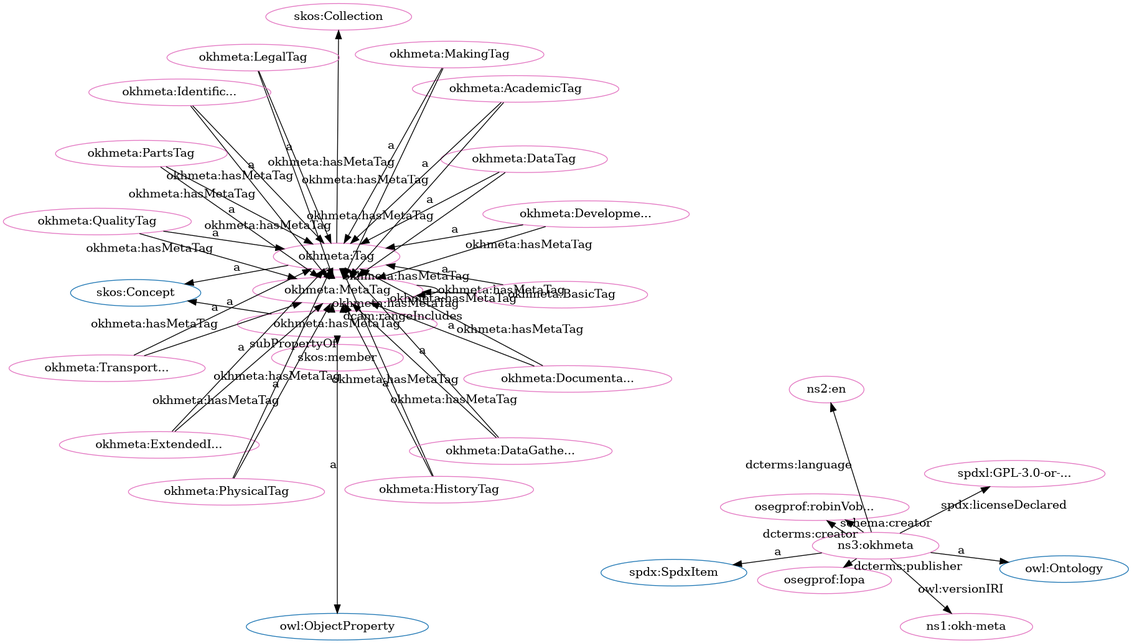
Before: src/spec/fdp_okh-meta.png, a diagram exported from Graphviz (iop-alliance/OpenKnowHow). Its source is kept beside it as src/spec/fdp_okh-meta.dot.
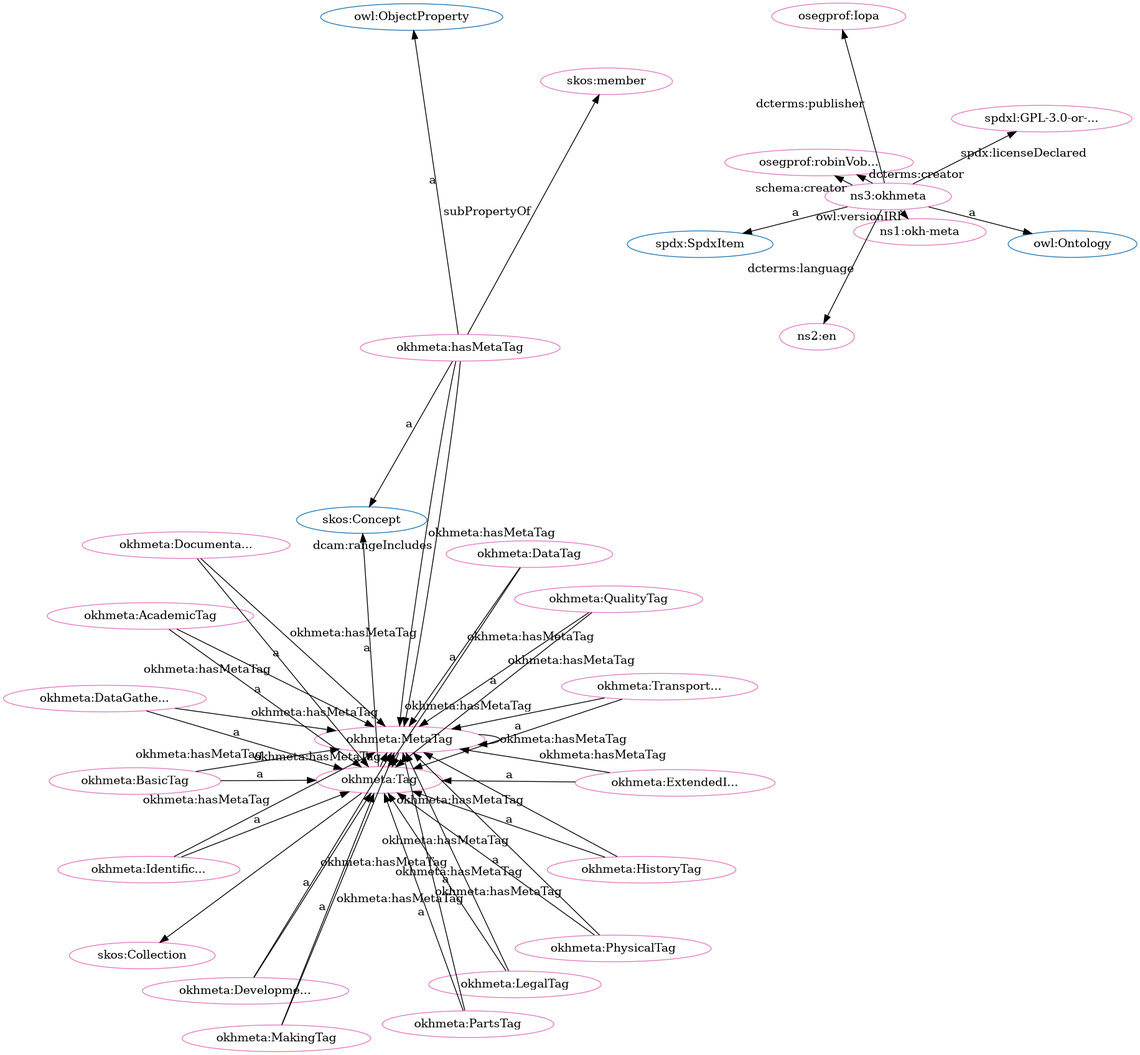
The same diagram one commit later.

Change to the diagram source:
```diff
@@ -1,84 +1,84 @@
 digraph G {
   rankdir=BT
   node[height=.3]
-"http://www.w3.org/2004/02/skos/core#Collection" [fillcolor="#1f77b4" color="#1f77b4" label="skos:Collection"]
+"http://www.w3.org/2004/02/skos/core#Concept" [fillcolor="#1f77b4" color="#1f77b4" label="skos:Concept"]
 "http://w3id.org/oseg/ont/okhmeta#Tag" [fillcolor="#1f77b4" color="#1f77b4" label="okhmeta:Tag"]
-"http://www.w3.org/2004/02/skos/core#Concept" [fillcolor="#1f77b4" color="#1f77b4" label="skos:Concept"]
-"http://www.w3.org/2002/07/owl#ObjectProperty" [fillcolor="#1f77b4" color="#1f77b4" label="owl:ObjectProperty"]
 "http://spdx.org/rdf/terms#SpdxItem" [fillcolor="#1f77b4" color="#1f77b4" label="spdx:SpdxItem"]
 "http://www.w3.org/2002/07/owl#Ontology" [fillcolor="#1f77b4" color="#1f77b4" label="owl:Ontology"]
+"http://www.w3.org/2004/02/skos/core#Collection" [fillcolor="#1f77b4" color="#1f77b4" label="skos:Collection"]
+"http://www.w3.org/2002/07/owl#ObjectProperty" [fillcolor="#1f77b4" color="#1f77b4" label="owl:ObjectProperty"]
+"http://w3id.org/oseg/ont/okhmeta#hasMetaTag" [fillcolor="#e377c2" color="#e377c2" label="okhmeta:hasMetaTag"]
+"http://w3id.org/oseg/ont/okhmeta#DevelopmentTag" [fillcolor="#e377c2" color="#e377c2" label="okhmeta:Developme..."]
+"http://w3id.org/oseg/ont/okhmeta#MetaTag" [fillcolor="#e377c2" color="#e377c2" label="okhmeta:MetaTag"]
+"http://w3id.org/oseg/ont/okhmeta#LegalTag" [fillcolor="#e377c2" color="#e377c2" label="okhmeta:LegalTag"]
 "http://w3id.org/oseg/ont/1.1.0/okh-meta" [fillcolor="#e377c2" color="#e377c2" label="ns1:okh-meta"]
+"http://w3id.org/oseg/ont/okhmeta#IdentificationTag" [fillcolor="#e377c2" color="#e377c2" label="okhmeta:Identific..."]
 "http://w3id.org/oseg/ont/oseg-profiles#robinVobruba" [fillcolor="#e377c2" color="#e377c2" label="osegprof:robinVob..."]
-"http://w3id.org/oseg/ont/okhmeta#MetaTag" [fillcolor="#e377c2" color="#e377c2" label="okhmeta:MetaTag"]
+"http://w3id.org/oseg/ont/okhmeta#HistoryTag" [fillcolor="#e377c2" color="#e377c2" label="okhmeta:HistoryTag"]
+"http://spdx.org/licenses/GPL-3.0-or-later" [fillcolor="#e377c2" color="#e377c2" label="spdxl:GPL-3.0-or-..."]
+"http://w3id.org/oseg/ont/okhmeta#QualityTag" [fillcolor="#e377c2" color="#e377c2" label="okhmeta:QualityTag"]
+"http://www.w3.org/2004/02/skos/core#member" [fillcolor="#e377c2" color="#e377c2" label="skos:member"]
+"http://w3id.org/oseg/ont/oseg-profiles#Iopa" [fillcolor="#e377c2" color="#e377c2" label="osegprof:Iopa"]
+"http://id.loc.gov/vocabulary/iso639-1/en" [fillcolor="#e377c2" color="#e377c2" label="ns2:en"]
+"http://w3id.org/oseg/ont/okhmeta" [fillcolor="#e377c2" color="#e377c2" label="ns3:okhmeta"]
 "http://w3id.org/oseg/ont/okhmeta#DataTag" [fillcolor="#e377c2" color="#e377c2" label="okhmeta:DataTag"]
-"http://w3id.org/oseg/ont/okhmeta#hasMetaTag" [fillcolor="#e377c2" color="#e377c2" label="okhmeta:hasMetaTag"]
-"http://spdx.org/licenses/GPL-3.0-or-later" [fillcolor="#e377c2" color="#e377c2" label="spdxl:GPL-3.0-or-..."]
+"http://w3id.org/oseg/ont/okhmeta#DataGatheringTag" [fillcolor="#e377c2" color="#e377c2" label="okhmeta:DataGathe..."]
+"http://w3id.org/oseg/ont/okhmeta#AcademicTag" [fillcolor="#e377c2" color="#e377c2" label="okhmeta:AcademicTag"]
+"http://www.w3.org/2004/02/skos/core#Collection" [fillcolor="#e377c2" color="#e377c2" label="skos:Collection"]
+"http://w3id.org/oseg/ont/okhmeta#TransportationTag" [fillcolor="#e377c2" color="#e377c2" label="okhmeta:Transport..."]
+"http://w3id.org/oseg/ont/okhmeta#Tag" [fillcolor="#e377c2" color="#e377c2" label="okhmeta:Tag"]
+"http://w3id.org/oseg/ont/okhmeta#PhysicalTag" [fillcolor="#e377c2" color="#e377c2" label="okhmeta:PhysicalTag"]
 "http://w3id.org/oseg/ont/okhmeta#BasicTag" [fillcolor="#e377c2" color="#e377c2" label="okhmeta:BasicTag"]
+"http://w3id.org/oseg/ont/okhmeta#MakingTag" [fillcolor="#e377c2" color="#e377c2" label="okhmeta:MakingTag"]
+"http://w3id.org/oseg/ont/okhmeta#DocumentationTag" [fillcolor="#e377c2" color="#e377c2" label="okhmeta:Documenta..."]
 "http://w3id.org/oseg/ont/okhmeta#ExtendedInfoTag" [fillcolor="#e377c2" color="#e377c2" label="okhmeta:ExtendedI..."]
-"http://w3id.org/oseg/ont/okhmeta#DocumentationTag" [fillcolor="#e377c2" color="#e377c2" label="okhmeta:Documenta..."]
-"http://w3id.org/oseg/ont/okhmeta#TransportationTag" [fillcolor="#e377c2" color="#e377c2" label="okhmeta:Transport..."]
-"http://id.loc.gov/vocabulary/iso639-1/en" [fillcolor="#e377c2" color="#e377c2" label="ns2:en"]
-"http://w3id.org/oseg/ont/oseg-profiles#Iopa" [fillcolor="#e377c2" color="#e377c2" label="osegprof:Iopa"]
-"http://w3id.org/oseg/ont/okhmeta#QualityTag" [fillcolor="#e377c2" color="#e377c2" label="okhmeta:QualityTag"]
-"http://w3id.org/oseg/ont/okhmeta#HistoryTag" [fillcolor="#e377c2" color="#e377c2" label="okhmeta:HistoryTag"]
-"http://w3id.org/oseg/ont/okhmeta#AcademicTag" [fillcolor="#e377c2" color="#e377c2" label="okhmeta:AcademicTag"]
-"http://w3id.org/oseg/ont/okhmeta#DevelopmentTag" [fillcolor="#e377c2" color="#e377c2" label="okhmeta:Developme..."]
-"http://www.w3.org/2004/02/skos/core#Collection" [fillcolor="#e377c2" color="#e377c2" label="skos:Collection"]
-"http://w3id.org/oseg/ont/okhmeta#DataGatheringTag" [fillcolor="#e377c2" color="#e377c2" label="okhmeta:DataGathe..."]
-"http://w3id.org/oseg/ont/okhmeta#PhysicalTag" [fillcolor="#e377c2" color="#e377c2" label="okhmeta:PhysicalTag"]
-"http://w3id.org/oseg/ont/okhmeta#LegalTag" [fillcolor="#e377c2" color="#e377c2" label="okhmeta:LegalTag"]
-"http://w3id.org/oseg/ont/okhmeta" [fillcolor="#e377c2" color="#e377c2" label="ns3:okhmeta"]
-"http://w3id.org/oseg/ont/okhmeta#MakingTag" [fillcolor="#e377c2" color="#e377c2" label="okhmeta:MakingTag"]
-"http://w3id.org/oseg/ont/okhmeta#IdentificationTag" [fillcolor="#e377c2" color="#e377c2" label="okhmeta:Identific..."]
 "http://w3id.org/oseg/ont/okhmeta#PartsTag" [fillcolor="#e377c2" color="#e377c2" label="okhmeta:PartsTag"]
-"http://w3id.org/oseg/ont/okhmeta#Tag" [fillcolor="#e377c2" color="#e377c2" label="okhmeta:Tag"]
-"http://www.w3.org/2004/02/skos/core#member" [fillcolor="#e377c2" color="#e377c2" label="skos:member"]
+  "http://w3id.org/oseg/ont/okhmeta#AcademicTag" -> "http://w3id.org/oseg/ont/okhmeta#MetaTag" [label="okhmeta:hasMetaTag"]
+  "http://w3id.org/oseg/ont/okhmeta#DataTag" -> "http://w3id.org/oseg/ont/okhmeta#MetaTag" [label="okhmeta:hasMetaTag"]
+  "http://w3id.org/oseg/ont/okhmeta#HistoryTag" -> "http://w3id.org/oseg/ont/okhmeta#Tag" [label="a"]
+  "http://w3id.org/oseg/ont/okhmeta#DevelopmentTag" -> "http://w3id.org/oseg/ont/okhmeta#MetaTag" [label="okhmeta:hasMetaTag"]
+  "http://w3id.org/oseg/ont/okhmeta#LegalTag" -> "http://w3id.org/oseg/ont/okhmeta#MetaTag" [label="okhmeta:hasMetaTag"]
+  "http://w3id.org/oseg/ont/okhmeta" -> "http://w3id.org/oseg/ont/oseg-profiles#Iopa" [label="dcterms:publisher"]
+  "http://w3id.org/oseg/ont/okhmeta" -> "http://id.loc.gov/vocabulary/iso639-1/en" [label="dcterms:language"]
+  "http://w3id.org/oseg/ont/okhmeta" -> "http://spdx.org/rdf/terms#SpdxItem" [label="a"]
+  "http://w3id.org/oseg/ont/okhmeta#DataTag" -> "http://w3id.org/oseg/ont/okhmeta#Tag" [label="a"]
+  "http://w3id.org/oseg/ont/okhmeta#hasMetaTag" -> "http://w3id.org/oseg/ont/okhmeta#MetaTag" [label="dcam:rangeIncludes"]
+  "http://w3id.org/oseg/ont/okhmeta#IdentificationTag" -> "http://w3id.org/oseg/ont/okhmeta#MetaTag" [label="okhmeta:hasMetaTag"]
+  "http://w3id.org/oseg/ont/okhmeta#ExtendedInfoTag" -> "http://w3id.org/oseg/ont/okhmeta#MetaTag" [label="okhmeta:hasMetaTag"]
+  "http://w3id.org/oseg/ont/okhmeta#Tag" -> "http://www.w3.org/2004/02/skos/core#Concept" [label="a"]
+  "http://w3id.org/oseg/ont/okhmeta#QualityTag" -> "http://w3id.org/oseg/ont/okhmeta#MetaTag" [label="okhmeta:hasMetaTag"]
+  "http://w3id.org/oseg/ont/okhmeta#PhysicalTag" -> "http://w3id.org/oseg/ont/okhmeta#Tag" [label="a"]
+  "http://w3id.org/oseg/ont/okhmeta#MetaTag" -> "http://w3id.org/oseg/ont/okhmeta#MetaTag" [label="okhmeta:hasMetaTag"]
+  "http://w3id.org/oseg/ont/okhmeta#MakingTag" -> "http://w3id.org/oseg/ont/okhmeta#Tag" [label="a"]
+  "http://w3id.org/oseg/ont/okhmeta" -> "http://w3id.org/oseg/ont/oseg-profiles#robinVobruba" [label="schema:creator"]
+  "http://w3id.org/oseg/ont/okhmeta#PartsTag" -> "http://w3id.org/oseg/ont/okhmeta#Tag" [label="a"]
+  "http://w3id.org/oseg/ont/okhmeta#hasMetaTag" -> "http://www.w3.org/2004/02/skos/core#Concept" [label="a"]
+  "http://w3id.org/oseg/ont/okhmeta#DevelopmentTag" -> "http://w3id.org/oseg/ont/okhmeta#Tag" [label="a"]
+  "http://w3id.org/oseg/ont/okhmeta#LegalTag" -> "http://w3id.org/oseg/ont/okhmeta#Tag" [label="a"]
+  "http://w3id.org/oseg/ont/okhmeta#Tag" -> "http://w3id.org/oseg/ont/okhmeta#MetaTag" [label="okhmeta:hasMetaTag"]
+  "http://w3id.org/oseg/ont/okhmeta#DataGatheringTag" -> "http://w3id.org/oseg/ont/okhmeta#MetaTag" [label="okhmeta:hasMetaTag"]
   "http://w3id.org/oseg/ont/okhmeta" -> "http://w3id.org/oseg/ont/1.1.0/okh-meta" [label="owl:versionIRI"]
-  "http://w3id.org/oseg/ont/okhmeta" -> "http://w3id.org/oseg/ont/oseg-profiles#robinVobruba" [label="schema:creator"]
+  "http://w3id.org/oseg/ont/okhmeta#TransportationTag" -> "http://w3id.org/oseg/ont/okhmeta#MetaTag" [label="okhmeta:hasMetaTag"]
+  "http://w3id.org/oseg/ont/okhmeta#IdentificationTag" -> "http://w3id.org/oseg/ont/okhmeta#Tag" [label="a"]
+  "http://w3id.org/oseg/ont/okhmeta" -> "http://w3id.org/oseg/ont/oseg-profiles#robinVobruba" [label="dcterms:creator"]
+  "http://w3id.org/oseg/ont/okhmeta#DocumentationTag" -> "http://w3id.org/oseg/ont/okhmeta#MetaTag" [label="okhmeta:hasMetaTag"]
+  "http://w3id.org/oseg/ont/okhmeta" -> "http://spdx.org/licenses/GPL-3.0-or-later" [label="spdx:licenseDeclared"]
+  "http://w3id.org/oseg/ont/okhmeta#QualityTag" -> "http://w3id.org/oseg/ont/okhmeta#Tag" [label="a"]
+  "http://w3id.org/oseg/ont/okhmeta#MetaTag" -> "http://w3id.org/oseg/ont/okhmeta#Tag" [label="a"]
+  "http://w3id.org/oseg/ont/okhmeta#hasMetaTag" -> "http://www.w3.org/2004/02/skos/core#member" [label="subPropertyOf"]
+  "http://w3id.org/oseg/ont/okhmeta#DataGatheringTag" -> "http://w3id.org/oseg/ont/okhmeta#Tag" [label="a"]
+  "http://w3id.org/oseg/ont/okhmeta#hasMetaTag" -> "http://w3id.org/oseg/ont/okhmeta#MetaTag" [label="okhmeta:hasMetaTag"]
+  "http://w3id.org/oseg/ont/okhmeta#AcademicTag" -> "http://w3id.org/oseg/ont/okhmeta#Tag" [label="a"]
+  "http://w3id.org/oseg/ont/okhmeta#PhysicalTag" -> "http://w3id.org/oseg/ont/okhmeta#MetaTag" [label="okhmeta:hasMetaTag"]
+  "http://w3id.org/oseg/ont/okhmeta#Tag" -> "http://www.w3.org/2004/02/skos/core#Collection" [label=""]
+  "http://w3id.org/oseg/ont/okhmeta#BasicTag" -> "http://w3id.org/oseg/ont/okhmeta#MetaTag" [label="okhmeta:hasMetaTag"]
+  "http://w3id.org/oseg/ont/okhmeta#TransportationTag" -> "http://w3id.org/oseg/ont/okhmeta#Tag" [label="a"]
+  "http://w3id.org/oseg/ont/okhmeta#MakingTag" -> "http://w3id.org/oseg/ont/okhmeta#MetaTag" [label="okhmeta:hasMetaTag"]
+  "http://w3id.org/oseg/ont/okhmeta" -> "http://www.w3.org/2002/07/owl#Ontology" [label="a"]
   "http://w3id.org/oseg/ont/okhmeta#HistoryTag" -> "http://w3id.org/oseg/ont/okhmeta#MetaTag" [label="okhmeta:hasMetaTag"]
-  "http://w3id.org/oseg/ont/okhmeta" -> "http://w3id.org/oseg/ont/oseg-profiles#robinVobruba" [label="dcterms:creator"]
-  "http://w3id.org/oseg/ont/okhmeta#DataTag" -> "http://w3id.org/oseg/ont/okhmeta#Tag" [label="a"]
-  "http://w3id.org/oseg/ont/okhmeta#hasMetaTag" -> "http://www.w3.org/2004/02/skos/core#Concept" [label="a"]
+  "http://w3id.org/oseg/ont/okhmeta#PartsTag" -> "http://w3id.org/oseg/ont/okhmeta#MetaTag" [label="okhmeta:hasMetaTag"]
   "http://w3id.org/oseg/ont/okhmeta#BasicTag" -> "http://w3id.org/oseg/ont/okhmeta#Tag" [label="a"]
-  "http://w3id.org/oseg/ont/okhmeta#TransportationTag" -> "http://w3id.org/oseg/ont/okhmeta#Tag" [label="a"]
-  "http://w3id.org/oseg/ont/okhmeta" -> "http://w3id.org/oseg/ont/oseg-profiles#Iopa" [label="dcterms:publisher"]
-  "http://w3id.org/oseg/ont/okhmeta#QualityTag" -> "http://w3id.org/oseg/ont/okhmeta#Tag" [label="a"]
-  "http://w3id.org/oseg/ont/okhmeta#BasicTag" -> "http://w3id.org/oseg/ont/okhmeta#MetaTag" [label="okhmeta:hasMetaTag"]
-  "http://w3id.org/oseg/ont/okhmeta#TransportationTag" -> "http://w3id.org/oseg/ont/okhmeta#MetaTag" [label="okhmeta:hasMetaTag"]
-  "http://w3id.org/oseg/ont/okhmeta#HistoryTag" -> "http://w3id.org/oseg/ont/okhmeta#Tag" [label="a"]
-  "http://w3id.org/oseg/ont/okhmeta#AcademicTag" -> "http://w3id.org/oseg/ont/okhmeta#Tag" [label="a"]
-  "http://w3id.org/oseg/ont/okhmeta#DevelopmentTag" -> "http://w3id.org/oseg/ont/okhmeta#Tag" [label="a"]
-  "http://w3id.org/oseg/ont/okhmeta#Tag" -> "http://www.w3.org/2004/02/skos/core#Collection" [label=""]
-  "http://w3id.org/oseg/ont/okhmeta#DataGatheringTag" -> "http://w3id.org/oseg/ont/okhmeta#Tag" [label="a"]
-  "http://w3id.org/oseg/ont/okhmeta#QualityTag" -> "http://w3id.org/oseg/ont/okhmeta#MetaTag" [label="okhmeta:hasMetaTag"]
-  "http://w3id.org/oseg/ont/okhmeta#DevelopmentTag" -> "http://w3id.org/oseg/ont/okhmeta#MetaTag" [label="okhmeta:hasMetaTag"]
-  "http://w3id.org/oseg/ont/okhmeta#DataGatheringTag" -> "http://w3id.org/oseg/ont/okhmeta#MetaTag" [label="okhmeta:hasMetaTag"]
   "http://w3id.org/oseg/ont/okhmeta#hasMetaTag" -> "http://www.w3.org/2002/07/owl#ObjectProperty" [label="a"]
-  "http://w3id.org/oseg/ont/okhmeta#MakingTag" -> "http://w3id.org/oseg/ont/okhmeta#Tag" [label="a"]
-  "http://w3id.org/oseg/ont/okhmeta#MetaTag" -> "http://w3id.org/oseg/ont/okhmeta#MetaTag" [label="okhmeta:hasMetaTag"]
-  "http://w3id.org/oseg/ont/okhmeta#Tag" -> "http://www.w3.org/2004/02/skos/core#Concept" [label="a"]
-  "http://w3id.org/oseg/ont/okhmeta#hasMetaTag" -> "http://www.w3.org/2004/02/skos/core#member" [label="subPropertyOf"]
-  "http://w3id.org/oseg/ont/okhmeta" -> "http://spdx.org/licenses/GPL-3.0-or-later" [label="spdx:licenseDeclared"]
-  "http://w3id.org/oseg/ont/okhmeta#PartsTag" -> "http://w3id.org/oseg/ont/okhmeta#MetaTag" [label="okhmeta:hasMetaTag"]
+  "http://w3id.org/oseg/ont/okhmeta#DocumentationTag" -> "http://w3id.org/oseg/ont/okhmeta#Tag" [label="a"]
   "http://w3id.org/oseg/ont/okhmeta#ExtendedInfoTag" -> "http://w3id.org/oseg/ont/okhmeta#Tag" [label="a"]
-  "http://w3id.org/oseg/ont/okhmeta#MetaTag" -> "http://w3id.org/oseg/ont/okhmeta#Tag" [label="a"]
-  "http://w3id.org/oseg/ont/okhmeta#Tag" -> "http://w3id.org/oseg/ont/okhmeta#MetaTag" [label="okhmeta:hasMetaTag"]
-  "http://w3id.org/oseg/ont/okhmeta#AcademicTag" -> "http://w3id.org/oseg/ont/okhmeta#MetaTag" [label="okhmeta:hasMetaTag"]
-  "http://w3id.org/oseg/ont/okhmeta#DocumentationTag" -> "http://w3id.org/oseg/ont/okhmeta#Tag" [label="a"]
-  "http://w3id.org/oseg/ont/okhmeta" -> "http://id.loc.gov/vocabulary/iso639-1/en" [label="dcterms:language"]
-  "http://w3id.org/oseg/ont/okhmeta#hasMetaTag" -> "http://w3id.org/oseg/ont/okhmeta#MetaTag" [label="okhmeta:hasMetaTag"]
-  "http://w3id.org/oseg/ont/okhmeta#ExtendedInfoTag" -> "http://w3id.org/oseg/ont/okhmeta#MetaTag" [label="okhmeta:hasMetaTag"]
-  "http://w3id.org/oseg/ont/okhmeta#PhysicalTag" -> "http://w3id.org/oseg/ont/okhmeta#MetaTag" [label="okhmeta:hasMetaTag"]
-  "http://w3id.org/oseg/ont/okhmeta#DocumentationTag" -> "http://w3id.org/oseg/ont/okhmeta#MetaTag" [label="okhmeta:hasMetaTag"]
-  "http://w3id.org/oseg/ont/okhmeta#MakingTag" -> "http://w3id.org/oseg/ont/okhmeta#MetaTag" [label="okhmeta:hasMetaTag"]
-  "http://w3id.org/oseg/ont/okhmeta#PhysicalTag" -> "http://w3id.org/oseg/ont/okhmeta#Tag" [label="a"]
-  "http://w3id.org/oseg/ont/okhmeta#LegalTag" -> "http://w3id.org/oseg/ont/okhmeta#Tag" [label="a"]
-  "http://w3id.org/oseg/ont/okhmeta#IdentificationTag" -> "http://w3id.org/oseg/ont/okhmeta#MetaTag" [label="okhmeta:hasMetaTag"]
-  "http://w3id.org/oseg/ont/okhmeta" -> "http://www.w3.org/2002/07/owl#Ontology" [label="a"]
-  "http://w3id.org/oseg/ont/okhmeta" -> "http://spdx.org/rdf/terms#SpdxItem" [label="a"]
-  "http://w3id.org/oseg/ont/okhmeta#LegalTag" -> "http://w3id.org/oseg/ont/okhmeta#MetaTag" [label="okhmeta:hasMetaTag"]
-  "http://w3id.org/oseg/ont/okhmeta#DataTag" -> "http://w3id.org/oseg/ont/okhmeta#MetaTag" [label="okhmeta:hasMetaTag"]
-  "http://w3id.org/oseg/ont/okhmeta#IdentificationTag" -> "http://w3id.org/oseg/ont/okhmeta#Tag" [label="a"]
-  "http://w3id.org/oseg/ont/okhmeta#hasMetaTag" -> "http://w3id.org/oseg/ont/okhmeta#MetaTag" [label="dcam:rangeIncludes"]
-  "http://w3id.org/oseg/ont/okhmeta#PartsTag" -> "http://w3id.org/oseg/ont/okhmeta#Tag" [label="a"]
 }
```
